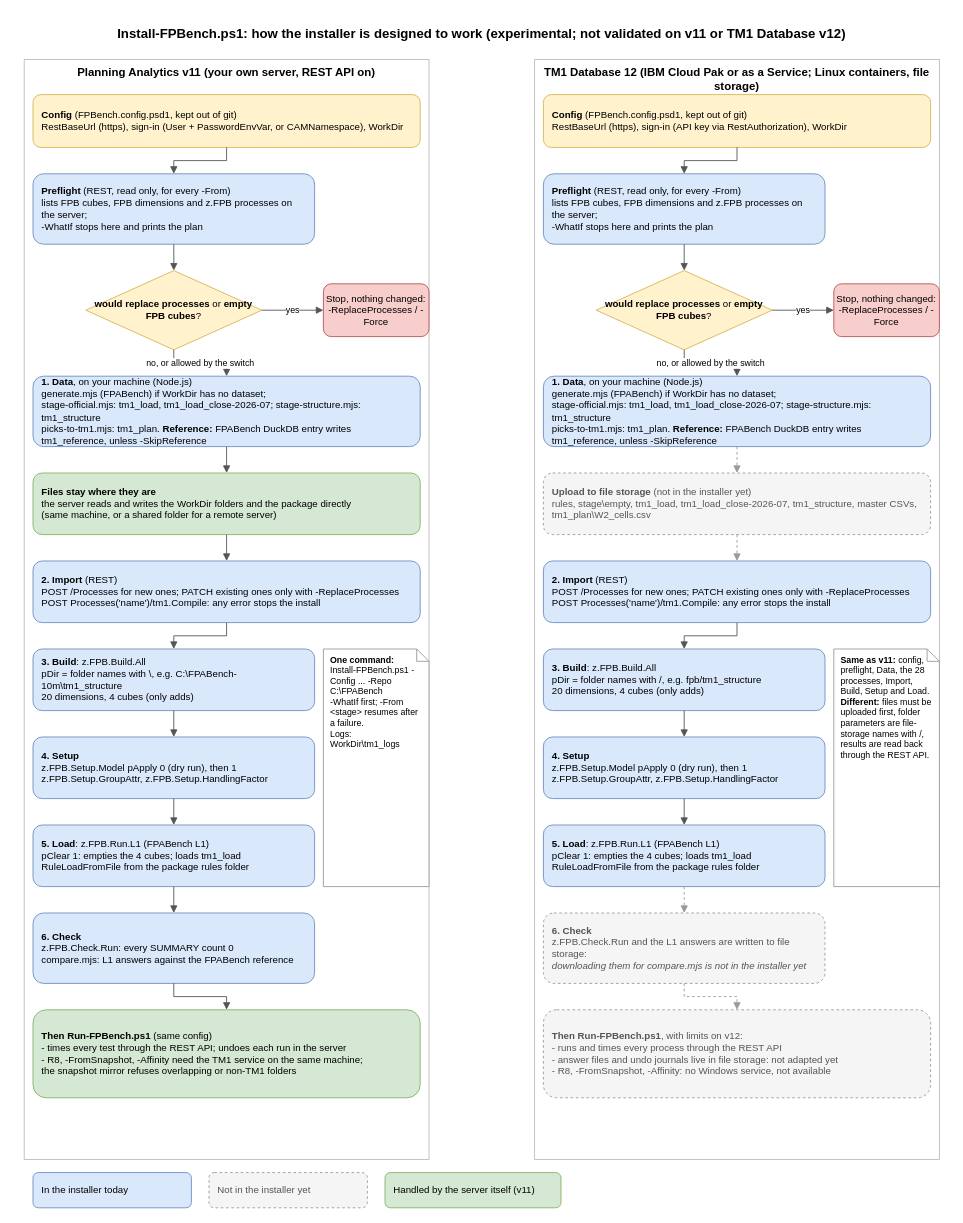
farseerdev/FPABench keeps this draw.io diagram as systems/tm1/docs/installer-flow.drawio. Above is the earlier version. Source tidied: cells renumbered, new cells numbered last; positions are measured from the earlier drawing's top-left corner, leaving out a move shared by most shapes. Both pictures are drawn from the tidied source at 88%, with x=0, y=0 at pixel (15, 15).
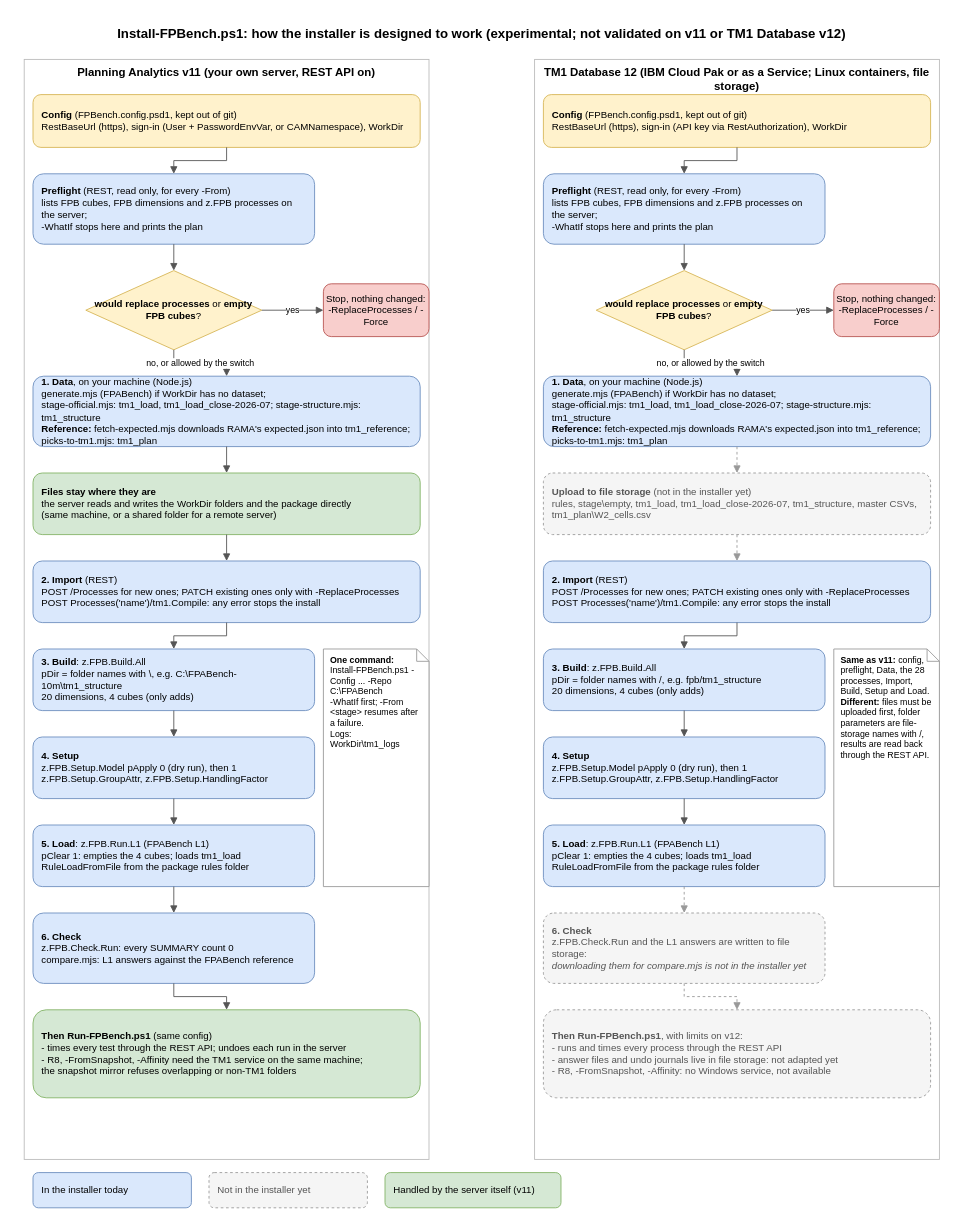
After the change.

Change to the diagram source:
```diff
@@
-    <mxCell id="8" value="&lt;b&gt;1. Data&lt;/b&gt;, on your machine (Node.js)&lt;br&gt;generate.mjs (FPABench) if WorkDir has no dataset;&lt;br&gt;stage-official.mjs: tm1_load, tm1_load_close-2026-07; stage-structure.mjs: tm1_structure&lt;br&gt;picks-to-tm1.mjs: tm1_plan. &lt;b&gt;Reference:&lt;/b&gt; FPABench DuckDB entry writes tm1_reference, unless -SkipReference" style="rounded=1;whiteSpace=wrap;html=1;fillColor=#dae8fc;strokeColor=#6c8ebf;fontSize=11;align=left;spacingLeft=8;spacingRight=8;" parent="1" vertex="1">
+    <mxCell id="8" value="&lt;b&gt;1. Data&lt;/b&gt;, on your machine (Node.js)&lt;br&gt;generate.mjs (FPABench) if WorkDir has no dataset;&lt;br&gt;stage-official.mjs: tm1_load, tm1_load_close-2026-07; stage-structure.mjs: tm1_structure&lt;br&gt;&lt;b&gt;Reference:&lt;/b&gt; fetch-expected.mjs downloads RAMA's expected.json into tm1_reference; picks-to-tm1.mjs: tm1_plan" style="rounded=1;whiteSpace=wrap;html=1;fillColor=#dae8fc;strokeColor=#6c8ebf;fontSize=11;align=left;spacingLeft=8;spacingRight=8;" parent="1" vertex="1">
       <mxGeometry x="20" y="410" width="440" height="80" as="geometry" />
     </mxCell>
@@
-    <mxCell id="33" value="&lt;b&gt;1. Data&lt;/b&gt;, on your machine (Node.js)&lt;br&gt;generate.mjs (FPABench) if WorkDir has no dataset;&lt;br&gt;stage-official.mjs: tm1_load, tm1_load_close-2026-07; stage-structure.mjs: tm1_structure&lt;br&gt;picks-to-tm1.mjs: tm1_plan. &lt;b&gt;Reference:&lt;/b&gt; FPABench DuckDB entry writes tm1_reference, unless -SkipReference" style="rounded=1;whiteSpace=wrap;html=1;fillColor=#dae8fc;strokeColor=#6c8ebf;fontSize=11;align=left;spacingLeft=8;spacingRight=8;" parent="1" vertex="1">
+    <mxCell id="33" value="&lt;b&gt;1. Data&lt;/b&gt;, on your machine (Node.js)&lt;br&gt;generate.mjs (FPABench) if WorkDir has no dataset;&lt;br&gt;stage-official.mjs: tm1_load, tm1_load_close-2026-07; stage-structure.mjs: tm1_structure&lt;br&gt;&lt;b&gt;Reference:&lt;/b&gt; fetch-expected.mjs downloads RAMA's expected.json into tm1_reference; picks-to-tm1.mjs: tm1_plan" style="rounded=1;whiteSpace=wrap;html=1;fillColor=#dae8fc;strokeColor=#6c8ebf;fontSize=11;align=left;spacingLeft=8;spacingRight=8;" parent="1" vertex="1">
       <mxGeometry x="600" y="410" width="440" height="80" as="geometry" />
     </mxCell>
```
